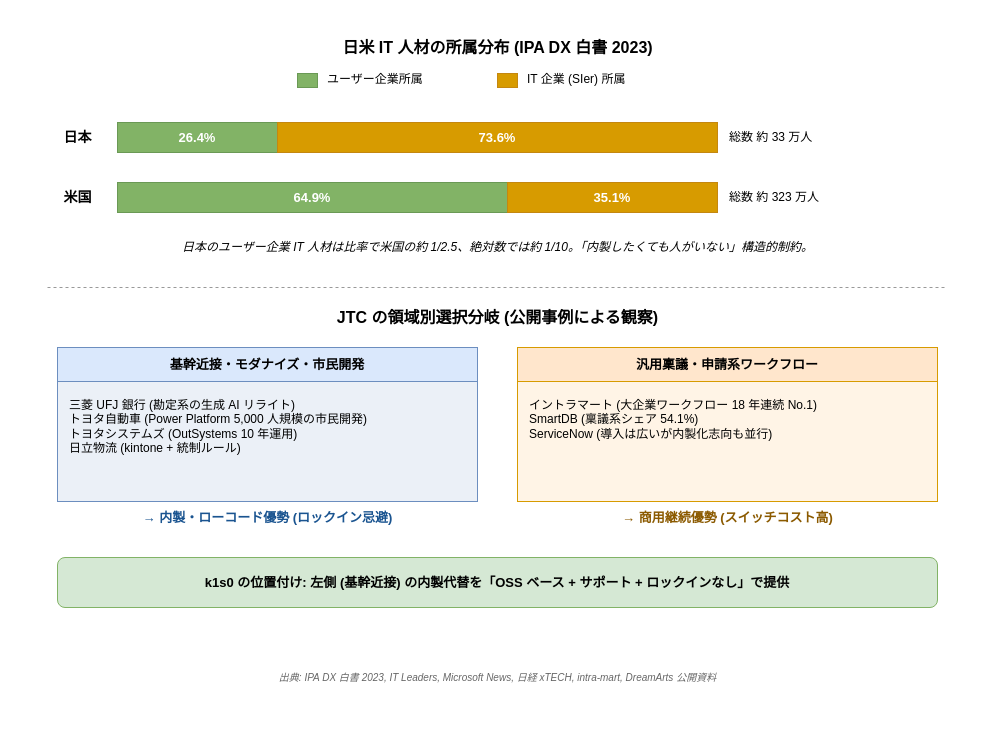
Earlier version of the draw.io diagram docs/01_企画/01_背景と目的/img/日米IT人材分布と領域分岐.drawio (RyuheiKiso/k1s0). Source tidied: cells renumbered, new cells numbered last; positions are measured from the earlier drawing's top-left corner, leaving out a move shared by most shapes. Both pictures are drawn from the tidied source at 100%, with x=0, y=0 at pixel (17, 17).
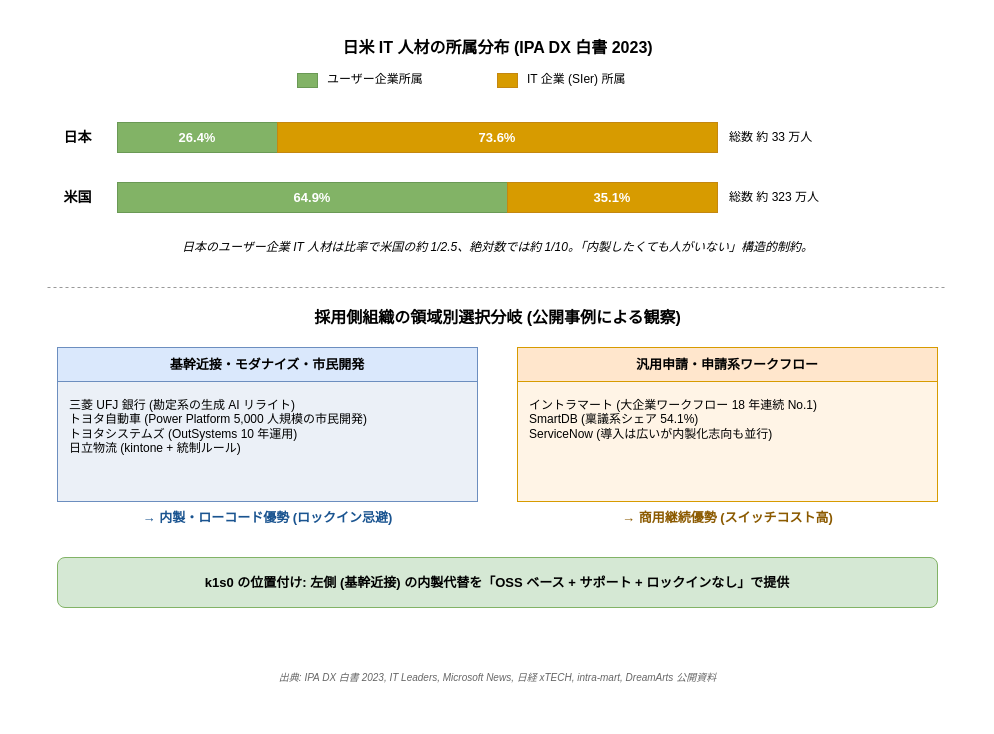
The same diagram, later.

Change to the diagram source:
```diff
@@
-    <mxCell id="18" value="JTC の領域別選択分岐 (公開事例による観察)" style="text;html=1;strokeColor=none;fillColor=none;align=center;verticalAlign=middle;fontSize=16;fontStyle=1;" parent="1" vertex="1">
+    <mxCell id="18" value="採用側組織の領域別選択分岐 (公開事例による観察)" style="text;html=1;strokeColor=none;fillColor=none;align=center;verticalAlign=middle;fontSize=16;fontStyle=1;" parent="1" vertex="1">
       <mxGeometry y="286" width="960" height="28" as="geometry" />
     </mxCell>
@@
-    <mxCell id="22" value="汎用稟議・申請系ワークフロー" style="rounded=0;whiteSpace=wrap;html=1;fillColor=#FFE6CC;strokeColor=#D79B00;fontStyle=1;fontSize=13;" parent="1" vertex="1">
+    <mxCell id="22" value="汎用申請・申請系ワークフロー" style="rounded=0;whiteSpace=wrap;html=1;fillColor=#FFE6CC;strokeColor=#D79B00;fontStyle=1;fontSize=13;" parent="1" vertex="1">
       <mxGeometry x="500" y="330" width="420" height="34" as="geometry" />
     </mxCell>
```
